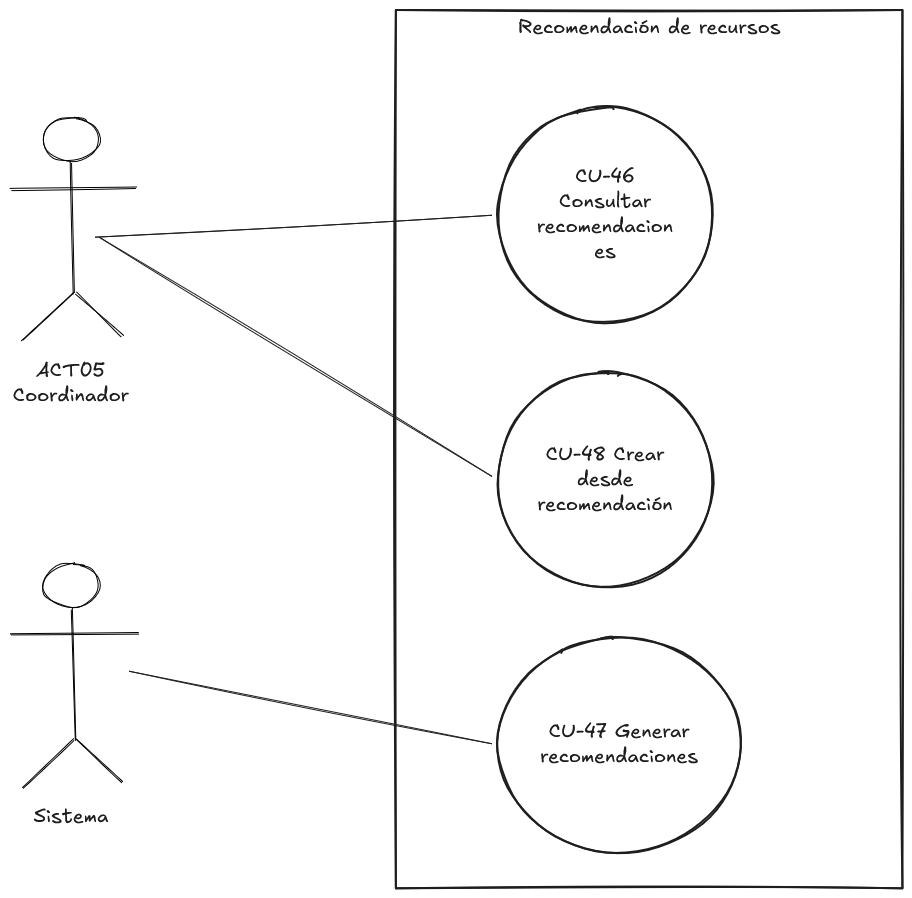
Earlier version of the Excalidraw export Docs/memoria/imaxes/diagramas-caso-uso/diagrama-recomendacion.png (zenoma/emergency-management-app). Source tidied: one line per element, renumbered; positions are measured from the earlier drawing's top-left corner, leaving out a move shared by most shapes.
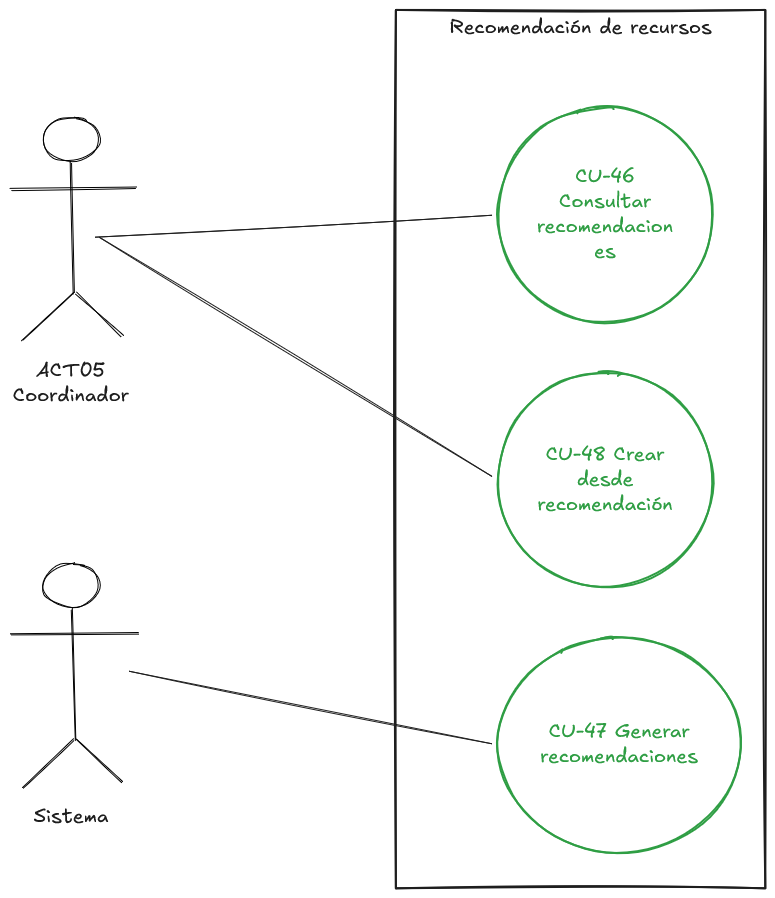
Later version of the same file.

What changed in the source:
```diff
@@ -1,9 +1,9 @@
-{"id": 0, "type": "ellipse", "strokeColor": "#1e1e1e", "strokeWidth": 2, "roughness": 1, "x": 487, "y": 97, "width": 215, "height": 215}
+{"id": 0, "type": "ellipse", "strokeColor": "#2f9e44", "strokeWidth": 2, "roughness": 1, "x": 487, "y": 97, "width": 215, "height": 215}
-{"id": 1, "type": "text", "text": "CU-46\nConsultar\nrecomendacion\nes", "strokeColor": "#1e1e1e", "strokeWidth": 2, "roughness": 1, "fontSize": 20, "fontFamily": 5, "textAlign": "center", "verticalAlign": "middle", "inside": 0, "x": 527, "y": 155, "width": 136, "height": 100}
+{"id": 1, "type": "text", "text": "CU-46\nConsultar\nrecomendacion\nes", "strokeColor": "#2f9e44", "strokeWidth": 2, "roughness": 1, "fontSize": 20, "fontFamily": 5, "textAlign": "center", "verticalAlign": "middle", "inside": 0, "x": 527, "y": 155, "width": 136, "height": 100}
-{"id": 2, "type": "ellipse", "strokeColor": "#1e1e1e", "strokeWidth": 2, "roughness": 1, "x": 487, "y": 627, "width": 243, "height": 215}
+{"id": 2, "type": "ellipse", "strokeColor": "#2f9e44", "strokeWidth": 2, "roughness": 1, "x": 487, "y": 627, "width": 243, "height": 215}
-{"id": 3, "type": "text", "text": "CU-47 Generar\nrecomendaciones", "strokeColor": "#1e1e1e", "strokeWidth": 2, "roughness": 1, "fontSize": 20, "fontFamily": 5, "textAlign": "center", "verticalAlign": "middle", "inside": 2, "x": 530, "y": 710, "width": 158, "height": 50}
+{"id": 3, "type": "text", "text": "CU-47 Generar\nrecomendaciones", "strokeColor": "#2f9e44", "strokeWidth": 2, "roughness": 1, "fontSize": 20, "fontFamily": 5, "textAlign": "center", "verticalAlign": "middle", "inside": 2, "x": 530, "y": 710, "width": 158, "height": 50}
-{"id": 4, "type": "ellipse", "strokeColor": "#1e1e1e", "strokeWidth": 2, "roughness": 1, "x": 487, "y": 362, "width": 215, "height": 215}
+{"id": 4, "type": "ellipse", "strokeColor": "#2f9e44", "strokeWidth": 2, "roughness": 1, "x": 487, "y": 362, "width": 215, "height": 215}
-{"id": 5, "type": "text", "text": "CU-48 Crear\ndesde\nrecomendación", "strokeColor": "#1e1e1e", "strokeWidth": 2, "roughness": 1, "fontSize": 20, "fontFamily": 5, "textAlign": "center", "verticalAlign": "middle", "inside": 4, "x": 527, "y": 432, "width": 135, "height": 75}
+{"id": 5, "type": "text", "text": "CU-48 Crear\ndesde\nrecomendación", "strokeColor": "#2f9e44", "strokeWidth": 2, "roughness": 1, "fontSize": 20, "fontFamily": 5, "textAlign": "center", "verticalAlign": "middle", "inside": 4, "x": 527, "y": 432, "width": 135, "height": 75}
 {"id": 6, "type": "ellipse", "strokeColor": "#000000", "strokeWidth": 1, "roughness": 1, "round": true, "x": 33, "y": 553, "width": 57, "height": 44}
 {"id": 7, "type": "line", "strokeColor": "#000000", "strokeWidth": 1, "roughness": 1, "round": true, "x": 61, "y": 599, "width": 3, "height": 130, "points": [[0, 0], [3, 130]]}
 {"id": 8, "type": "line", "strokeColor": "#000000", "strokeWidth": 1, "roughness": 1, "round": true, "x": 0, "y": 625, "width": 127, "height": 2, "points": [[0, 0], [127, -2]]}
@@ -19,5 +19,5 @@
 {"id": 18, "type": "arrow", "strokeColor": "#1e1e1e", "strokeWidth": 1, "roughness": 1, "to": 0, "x": 85, "y": 227, "width": 397, "height": 22, "points": [[0, 0], [397, -22]]}
 {"id": 19, "type": "arrow", "strokeColor": "#1e1e1e", "strokeWidth": 1, "roughness": 1, "to": 4, "x": 89, "y": 227, "width": 393, "height": 239, "points": [[0, 0], [393, 239]]}
 {"id": 20, "type": "arrow", "strokeColor": "#1e1e1e", "strokeWidth": 1, "roughness": 1, "to": 2, "x": 119, "y": 661, "width": 363, "height": 73, "points": [[0, 0], [363, 73]]}
-{"id": 21, "type": "rectangle", "strokeColor": "#1e1e1e", "strokeWidth": 2, "roughness": 1, "x": 385, "y": 0, "width": 507, "height": 878}
+{"id": 21, "type": "rectangle", "strokeColor": "#1e1e1e", "strokeWidth": 2, "roughness": 1, "x": 385, "y": 0, "width": 369, "height": 878}
-{"id": 22, "type": "text", "text": "Recomendación de recursos", "strokeColor": "#1e1e1e", "strokeWidth": 2, "roughness": 1, "fontSize": 20, "fontFamily": 5, "textAlign": "center", "inside": 21, "x": 507, "y": 5, "width": 263, "height": 25}
+{"id": 22, "type": "text", "text": "Recomendación de recursos", "strokeColor": "#1e1e1e", "strokeWidth": 2, "roughness": 1, "fontSize": 20, "fontFamily": 5, "textAlign": "center", "inside": 21, "x": 439, "y": 5, "width": 263, "height": 25}
```
